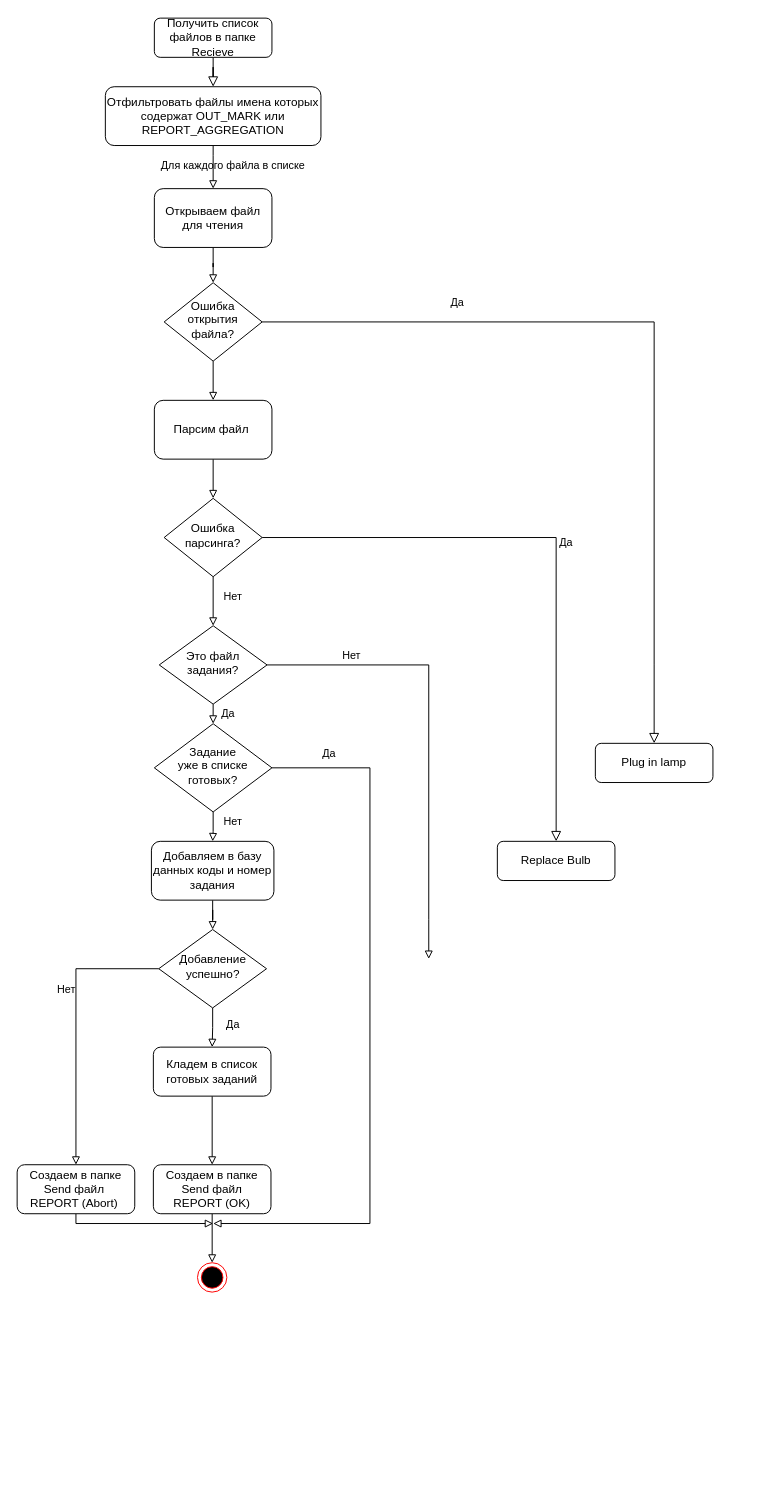
Earlier version of the draw.io diagram Untitled Diagram.drawio (nesteg/gotus). Source tidied: cells renumbered, new cells numbered last; positions are measured from the earlier drawing's top-left corner, leaving out a move shared by most shapes. Both pictures are drawn from the tidied source at 98%, with x=0, y=0 at pixel (17, 18).
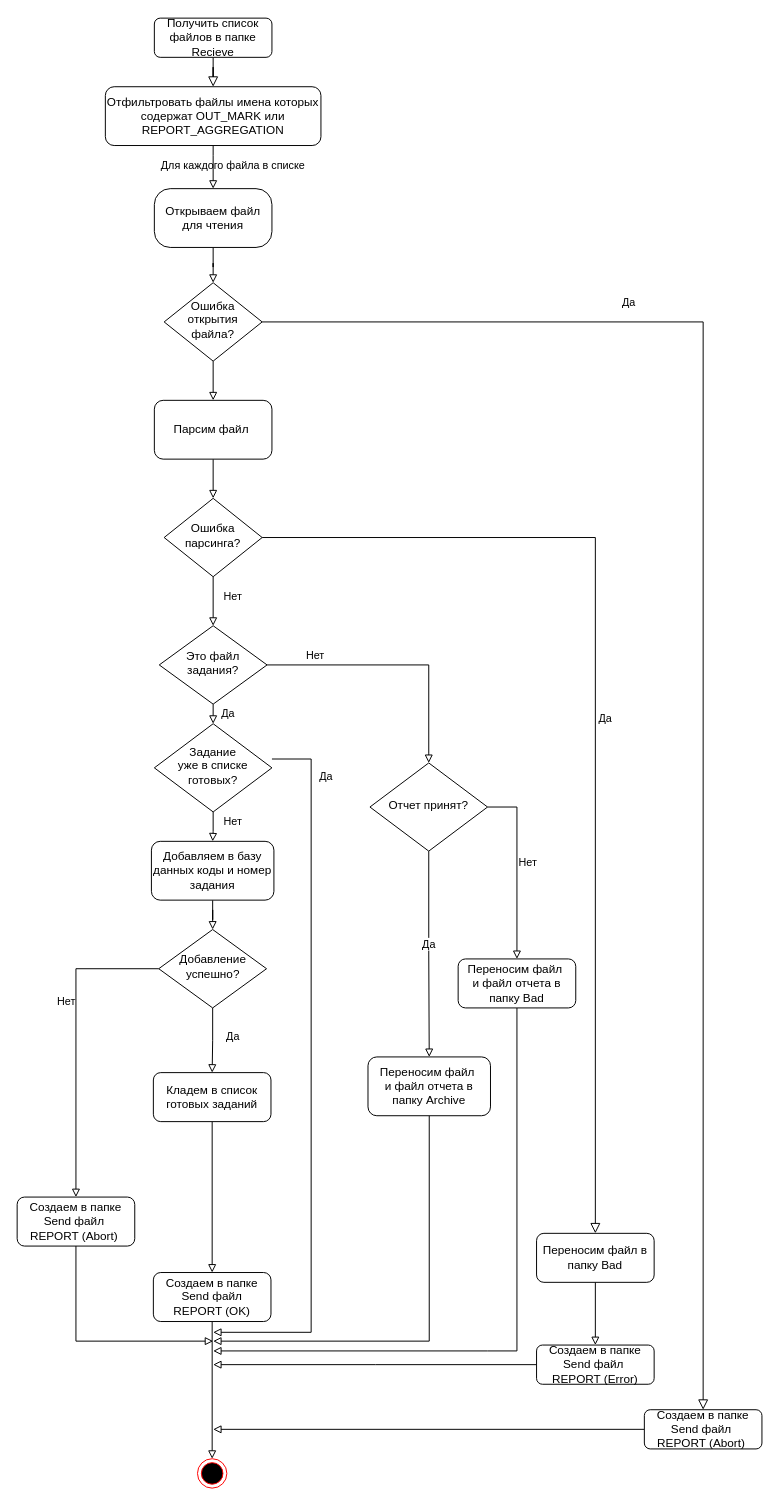
The same page after the edit.

The change refers to these unchanged cells:
```xml
<mxCell id="6" value="Ошибка открытия файла?" style="rhombus;whiteSpace=wrap;html=1;shadow=0;fontFamily=Helvetica;fontSize=12;align=center;strokeWidth=1;spacing=6;spacingTop=-4;" parent="1" vertex="1">
  <mxGeometry x="150" y="270" width="100" height="80" as="geometry" />
</mxCell>
<mxCell id="10" value="Ошибка парсинга?" style="rhombus;whiteSpace=wrap;html=1;shadow=0;fontFamily=Helvetica;fontSize=12;align=center;strokeWidth=1;spacing=6;spacingTop=-4;" parent="1" vertex="1">
  <mxGeometry x="150" y="490" width="100" height="80" as="geometry" />
</mxCell>
<mxCell id="24" value="Это файл задания?" style="rhombus;whiteSpace=wrap;html=1;shadow=0;fontFamily=Helvetica;fontSize=12;align=center;strokeWidth=1;spacing=6;spacingTop=-4;" parent="1" vertex="1">
  <mxGeometry x="145" y="620" width="110" height="80" as="geometry" />
</mxCell>
<mxCell id="33" value="Задание &lt;br&gt;уже в списке &lt;br&gt;готовых?" style="rhombus;whiteSpace=wrap;html=1;shadow=0;fontFamily=Helvetica;fontSize=12;align=center;strokeWidth=1;spacing=6;spacingTop=-4;" parent="1" vertex="1">
  <mxGeometry x="140" y="720" width="120" height="90" as="geometry" />
</mxCell>
```

The edit, as a diff of the source:
```diff
@@
     <mxCell id="4" value="Да" style="edgeStyle=orthogonalEdgeStyle;rounded=0;html=1;jettySize=auto;fontSize=11;endArrow=block;endFill=0;endSize=8;strokeWidth=1;shadow=0;labelBackgroundColor=none;" parent="1" edge="1" source="6" target="7">
       <mxGeometry x="-0.52" y="20" relative="1" as="geometry">
         <Array as="points">
-          <mxPoint x="650" y="310" />
-          <mxPoint x="650" y="660" />
+          <mxPoint x="700" y="310" />
         </Array>
       </mxGeometry>
     </mxCell>
@@
+    <mxCell id="36" style="edgeStyle=orthogonalEdgeStyle;rounded=0;jettySize=auto;html=1;endArrow=block;endFill=0;" parent="1" edge="1" source="7">
+      <mxGeometry relative="1" as="geometry">
+        <mxPoint x="200" y="1440" as="targetPoint" />
+        <Array as="points">
+          <mxPoint x="200" y="1440" />
+        </Array>
+      </mxGeometry>
+    </mxCell>
-    <mxCell id="7" value="Plug in lamp" style="rounded=1;whiteSpace=wrap;html=1;fontSize=12;glass=0;strokeWidth=1;shadow=0;" parent="1" vertex="1">
-      <mxGeometry x="590" y="740" width="120" height="40" as="geometry" />
+    <mxCell id="7" value="Создаем в папке Send файл&amp;nbsp;&lt;br&gt;REPORT (Abort)&amp;nbsp;" style="rounded=1;whiteSpace=wrap;html=1;fontSize=12;glass=0;strokeWidth=1;shadow=0;" parent="1" vertex="1">
+      <mxGeometry x="640" y="1420" width="120" height="40" as="geometry" />
     </mxCell>
-    <mxCell id="8" value="Да" style="edgeStyle=orthogonalEdgeStyle;rounded=0;html=1;jettySize=auto;fontSize=11;endArrow=block;endFill=0;endSize=8;strokeWidth=1;shadow=0;labelBackgroundColor=none;" parent="1" edge="1" source="10" target="13">
+    <mxCell id="8" value="Да" style="edgeStyle=orthogonalEdgeStyle;rounded=0;html=1;jettySize=auto;fontSize=11;endArrow=block;endFill=0;endSize=8;strokeWidth=1;shadow=0;labelBackgroundColor=none;entryX=0.5;entryY=0;entryDx=0;entryDy=0;" parent="1" edge="1" source="10" target="39">
       <mxGeometry y="10" relative="1" as="geometry">
         <Array as="points">
-          <mxPoint x="550" y="530" />
+          <mxPoint x="590" y="530" />
         </Array>
       </mxGeometry>
     </mxCell>
@@
-    <mxCell id="11" style="edgeStyle=orthogonalEdgeStyle;rounded=0;jettySize=auto;html=1;entryX=0.5;entryY=0;entryDx=0;entryDy=0;labelBackgroundColor=none;endArrow=block;endFill=0;" parent="1" edge="1" source="12" target="29">
+    <mxCell id="11" style="edgeStyle=orthogonalEdgeStyle;rounded=0;jettySize=auto;html=1;labelBackgroundColor=none;endArrow=block;endFill=0;entryX=0.5;entryY=0;entryDx=0;entryDy=0;" parent="1" edge="1" source="12" target="29">
       <mxGeometry relative="1" as="geometry" />
     </mxCell>
     <mxCell id="12" value="Кладем в список готовых заданий" style="rounded=1;whiteSpace=wrap;html=1;fontSize=12;glass=0;strokeWidth=1;shadow=0;" parent="1" vertex="1">
-      <mxGeometry x="139" y="1050" width="120" height="50" as="geometry" />
+      <mxGeometry x="139" y="1076" width="120" height="50" as="geometry" />
     </mxCell>
+    <mxCell id="37" style="edgeStyle=orthogonalEdgeStyle;rounded=0;jettySize=auto;html=1;endArrow=block;endFill=0;" parent="1" edge="1" source="13">
+      <mxGeometry relative="1" as="geometry">
+        <mxPoint x="200" y="1374" as="targetPoint" />
+      </mxGeometry>
+    </mxCell>
-    <mxCell id="13" value="Replace Bulb" style="rounded=1;whiteSpace=wrap;html=1;fontSize=12;glass=0;strokeWidth=1;shadow=0;" parent="1" vertex="1">
-      <mxGeometry x="490" y="840" width="120" height="40" as="geometry" />
+    <mxCell id="13" value="Создаем в папке Send файл&amp;nbsp;&lt;br&gt;REPORT (Error)" style="rounded=1;whiteSpace=wrap;html=1;fontSize=12;glass=0;strokeWidth=1;shadow=0;" parent="1" vertex="1">
+      <mxGeometry x="530" y="1354" width="120" height="40" as="geometry" />
     </mxCell>
@@
-    <mxCell id="21" value="Открываем файл для чтения" style="rounded=1;whiteSpace=wrap;html=1;" parent="1" vertex="1">
+    <mxCell id="21" value="Открываем файл для чтения" style="rounded=1;whiteSpace=wrap;html=1;arcSize=27;" parent="1" vertex="1">
       <mxGeometry x="140" y="174" width="120" height="60" as="geometry" />
     </mxCell>
     <mxCell id="22" value="Нет" style="edgeStyle=orthogonalEdgeStyle;rounded=0;jettySize=auto;html=1;labelBackgroundColor=none;endArrow=block;endFill=0;" parent="1" edge="1" source="24">
       <mxGeometry x="-0.63" y="10" relative="1" as="geometry">
-        <mxPoint x="420" y="960" as="targetPoint" />
+        <mxPoint x="420" y="760" as="targetPoint" />
         <Array as="points">
           <mxPoint x="420" y="660" />
-          <mxPoint x="420" y="920" />
+          <mxPoint x="420" y="750" />
         </Array>
       </mxGeometry>
     </mxCell>
@@
     <mxCell id="29" value="Создаем в папке Send файл &lt;br&gt;REPORT (OK)" style="rounded=1;whiteSpace=wrap;html=1;fontSize=12;glass=0;strokeWidth=1;shadow=0;" parent="1" vertex="1">
-      <mxGeometry x="139" y="1170" width="120" height="50" as="geometry" />
+      <mxGeometry x="139" y="1280" width="120" height="50" as="geometry" />
     </mxCell>
     <mxCell id="30" style="ellipse;html=1;shape=endState;fillColor=#000000;strokeColor=#ff0000;" parent="1" vertex="1">
-      <mxGeometry x="184" y="1270" width="30" height="30" as="geometry" />
+      <mxGeometry x="184" y="1470" width="30" height="30" as="geometry" />
     </mxCell>
@@
-    <mxCell id="32" value="Да" style="edgeStyle=orthogonalEdgeStyle;rounded=0;jettySize=auto;html=1;labelBackgroundColor=none;endArrow=block;endFill=0;" parent="1" edge="1" source="33">
+    <mxCell id="32" value="Да" style="edgeStyle=orthogonalEdgeStyle;rounded=0;orthogonalLoop=1;jettySize=auto;html=1;labelBackgroundColor=none;endArrow=block;endFill=0;" parent="1" edge="1">
       <mxGeometry x="-0.84" y="15" relative="1" as="geometry">
-        <mxPoint x="200" y="1230" as="targetPoint" />
+        <mxPoint x="260" y="756" as="sourcePoint" />
+        <mxPoint x="200" y="1341" as="targetPoint" />
         <Array as="points">
-          <mxPoint x="360" y="765" />
-          <mxPoint x="360" y="1230" />
-          <mxPoint x="200" y="1230" />
+          <mxPoint x="300" y="756" />
+          <mxPoint x="300" y="1341" />
         </Array>
       </mxGeometry>
     </mxCell>
@@
     <mxCell id="34" style="edgeStyle=orthogonalEdgeStyle;rounded=0;jettySize=auto;html=1;labelBackgroundColor=none;endArrow=block;endFill=0;" parent="1" edge="1" source="35">
       <mxGeometry relative="1" as="geometry">
-        <mxPoint x="200" y="1230" as="targetPoint" />
+        <mxPoint x="200" y="1350" as="targetPoint" />
         <Array as="points">
-          <mxPoint x="60" y="1230" />
+          <mxPoint x="60" y="1350" />
         </Array>
       </mxGeometry>
     </mxCell>
     <mxCell id="35" value="Создаем в папке Send файл&amp;nbsp;&lt;br&gt;REPORT (Abort)&amp;nbsp;" style="rounded=1;whiteSpace=wrap;html=1;fontSize=12;glass=0;strokeWidth=1;shadow=0;" parent="1" vertex="1">
-      <mxGeometry y="1170" width="120" height="50" as="geometry" />
+      <mxGeometry y="1203" width="120" height="50" as="geometry" />
     </mxCell>
+    <mxCell id="38" style="edgeStyle=orthogonalEdgeStyle;rounded=0;jettySize=auto;html=1;entryX=0.5;entryY=0;entryDx=0;entryDy=0;endArrow=block;endFill=0;" parent="1" edge="1" source="39" target="13">
+      <mxGeometry relative="1" as="geometry" />
+    </mxCell>
+    <mxCell id="39" value="Переносим файл в&lt;br&gt;папку Bad" style="rounded=1;whiteSpace=wrap;html=1;fontSize=12;glass=0;strokeWidth=1;shadow=0;" parent="1" vertex="1">
+      <mxGeometry x="530" y="1240" width="120" height="50" as="geometry" />
+    </mxCell>
+    <mxCell id="40" style="edgeStyle=orthogonalEdgeStyle;rounded=0;jettySize=auto;html=1;endArrow=block;endFill=0;" parent="1" edge="1" source="43">
+      <mxGeometry relative="1" as="geometry">
+        <mxPoint x="510" y="960" as="targetPoint" />
+        <Array as="points">
+          <mxPoint x="510" y="805" />
+          <mxPoint x="510" y="960" />
+        </Array>
+      </mxGeometry>
+    </mxCell>
+    <mxCell id="41" value="Нет" style="edgeLabel;html=1;align=center;verticalAlign=middle;" parent="40" vertex="1">
+      <mxGeometry x="-0.07" y="-2" relative="1" as="geometry">
+        <mxPoint x="12" as="offset" />
+      </mxGeometry>
+    </mxCell>
+    <mxCell id="42" value="Да" style="edgeStyle=orthogonalEdgeStyle;rounded=0;jettySize=auto;html=1;entryX=0.5;entryY=0;entryDx=0;entryDy=0;endArrow=block;endFill=0;" parent="1" edge="1" source="43" target="47">
+      <mxGeometry y="10" relative="1" as="geometry" />
+    </mxCell>
+    <mxCell id="43" value="Отчет принят?" style="rhombus;whiteSpace=wrap;html=1;shadow=0;fontFamily=Helvetica;fontSize=12;align=center;strokeWidth=1;spacing=6;spacingTop=-4;" parent="1" vertex="1">
+      <mxGeometry x="360" y="760" width="120" height="90" as="geometry" />
+    </mxCell>
+    <mxCell id="44" style="edgeStyle=orthogonalEdgeStyle;rounded=0;jettySize=auto;html=1;endArrow=block;endFill=0;" parent="1" edge="1" source="45">
+      <mxGeometry relative="1" as="geometry">
+        <mxPoint x="200" y="1360" as="targetPoint" />
+        <Array as="points">
+          <mxPoint x="510" y="1360" />
+          <mxPoint x="480" y="1360" />
+        </Array>
+      </mxGeometry>
+    </mxCell>
+    <mxCell id="45" value="Переносим файл&amp;nbsp;&lt;br&gt;и файл отчета в папку Bad" style="rounded=1;whiteSpace=wrap;html=1;fontSize=12;glass=0;strokeWidth=1;shadow=0;" parent="1" vertex="1">
+      <mxGeometry x="450" y="960" width="120" height="50" as="geometry" />
+    </mxCell>
+    <mxCell id="46" style="edgeStyle=orthogonalEdgeStyle;rounded=0;jettySize=auto;html=1;endArrow=block;endFill=0;" parent="1" edge="1" source="47">
+      <mxGeometry relative="1" as="geometry">
+        <mxPoint x="200" y="1350" as="targetPoint" />
+        <Array as="points">
+          <mxPoint x="421" y="1350" />
+        </Array>
+      </mxGeometry>
+    </mxCell>
+    <mxCell id="47" value="Переносим файл&amp;nbsp;&lt;br&gt;и файл отчета в папку Archive" style="rounded=1;whiteSpace=wrap;html=1;" parent="1" vertex="1">
+      <mxGeometry x="358" y="1060" width="125" height="60" as="geometry" />
+    </mxCell>
```
